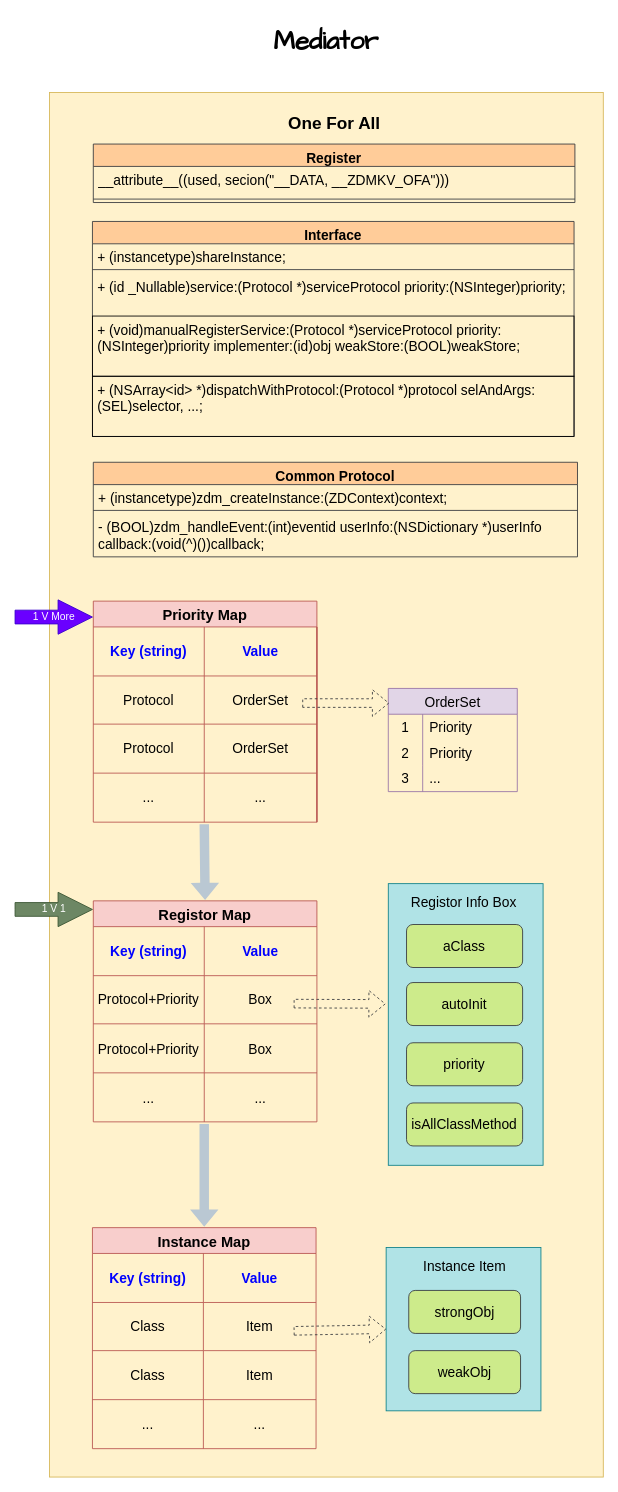
Earlier version of the draw.io diagram page "第 2 页" (2 of 3) of Resources/ZDMediator架构.drawio (faimin/ZDMediator). Source tidied: cells renumbered, new cells numbered last; positions are measured from the earlier drawing's top-left corner, leaving out a move shared by most shapes. Both pictures are drawn from the tidied source at 86%, with x=0, y=0 at pixel (15, 15).
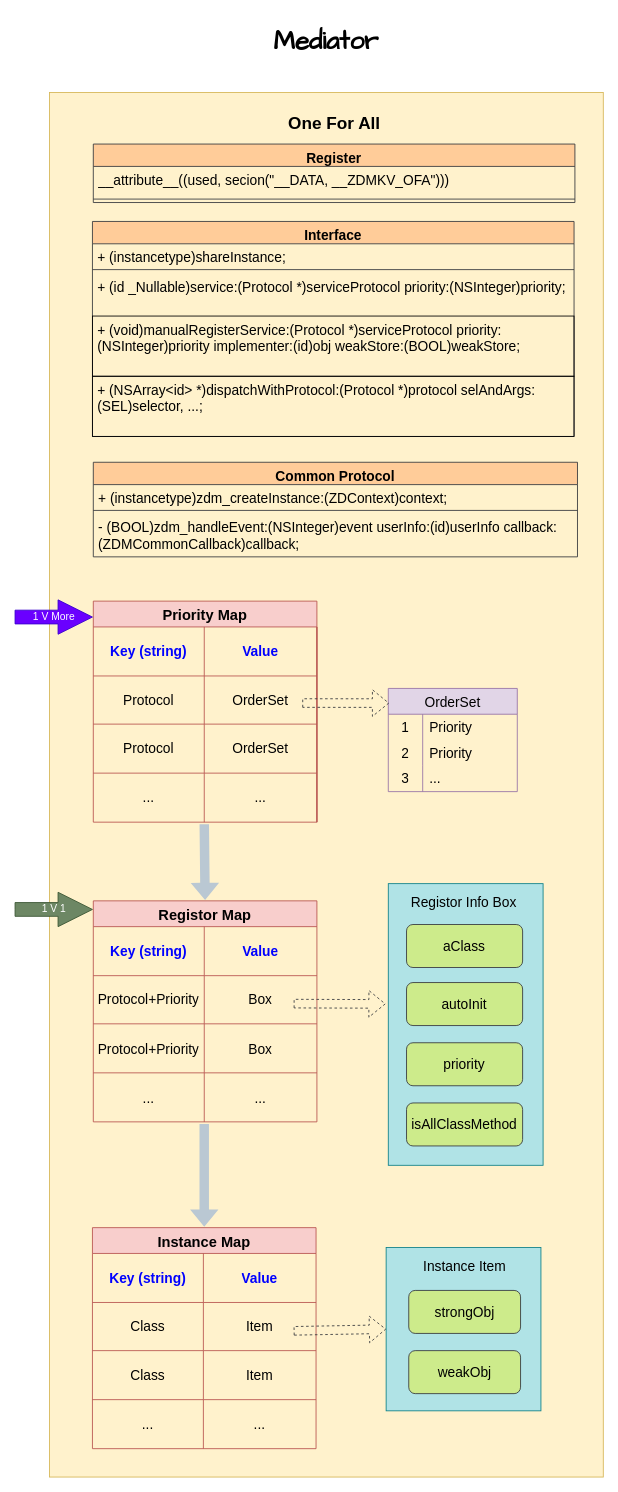
The same diagram, later.

The change refers to these unchanged cells:
```xml
<mxCell id="26" value="Common Protocol" style="swimlane;fontStyle=1;align=center;verticalAlign=top;horizontal=1;startSize=26;whiteSpace=wrap;html=1;fontSize=16;fillColor=#ffcc99;strokeColor=#36393d;" parent="1" vertex="1">
  <mxGeometry x="91" y="520" width="563" height="110" as="geometry" />
</mxCell>
```

The edit, as a diff of the source:
```diff
@@
-    <mxCell id="29" value="- (BOOL)zdm_handleEvent:(int)eventid userInfo:(NSDictionary *)userInfo callback:(void(^)())callback;" style="text;strokeColor=none;fillColor=none;align=left;verticalAlign=top;spacingLeft=4;spacingRight=4;overflow=hidden;whiteSpace=wrap;html=1;fontSize=16;" parent="26" vertex="1">
+    <mxCell id="29" value="- (BOOL)zdm_handleEvent:(NSInteger)event userInfo:(id)userInfo callback:(ZDMCommonCallback)callback;" style="text;strokeColor=none;fillColor=none;align=left;verticalAlign=top;spacingLeft=4;spacingRight=4;overflow=hidden;whiteSpace=wrap;html=1;fontSize=16;" parent="26" vertex="1">
       <mxGeometry y="60" width="563" height="50" as="geometry" />
     </mxCell>
```
